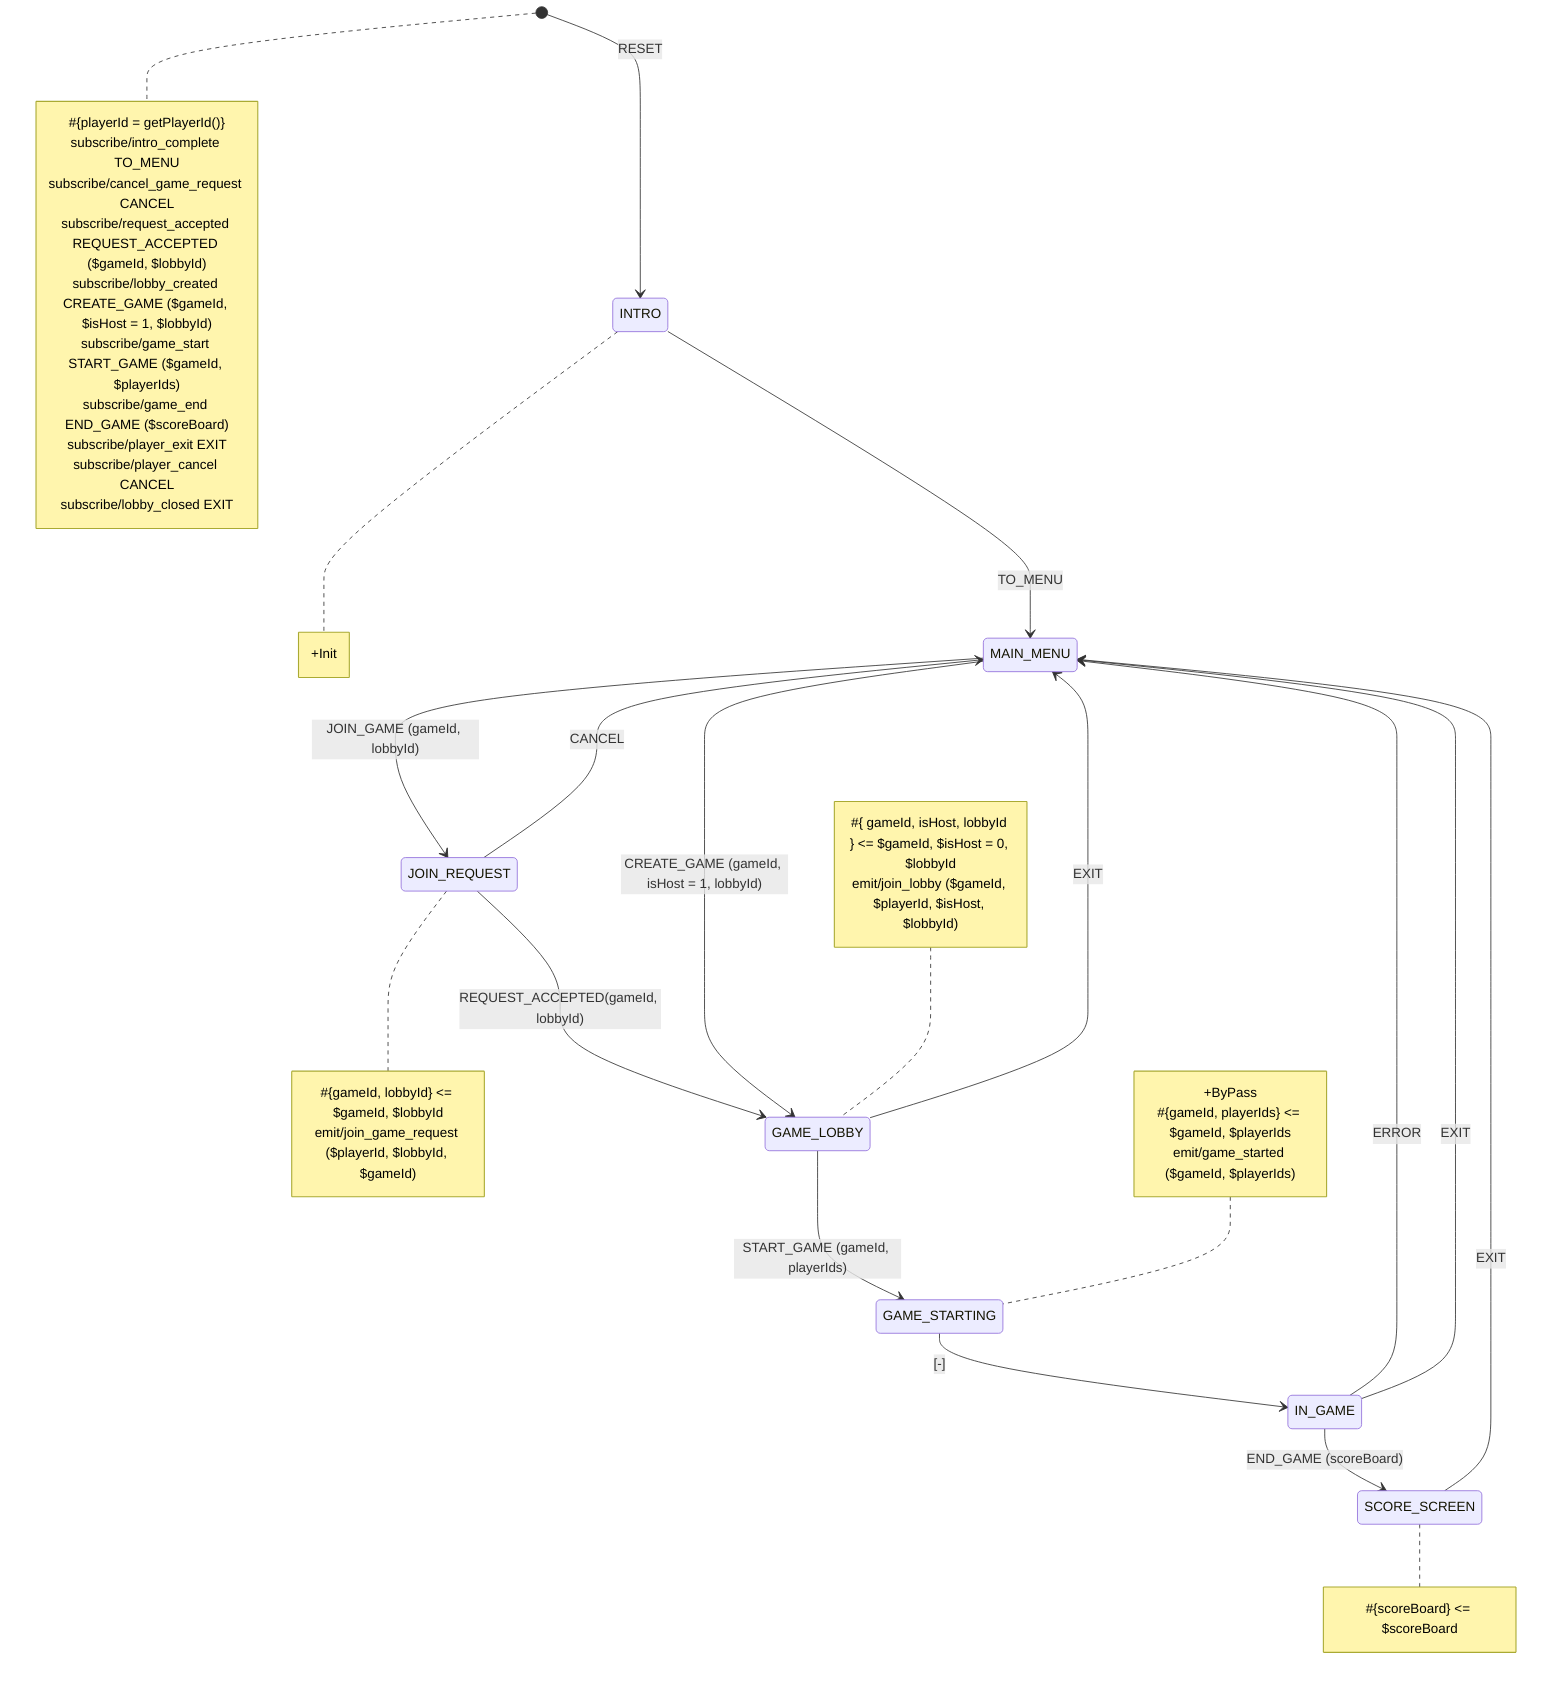
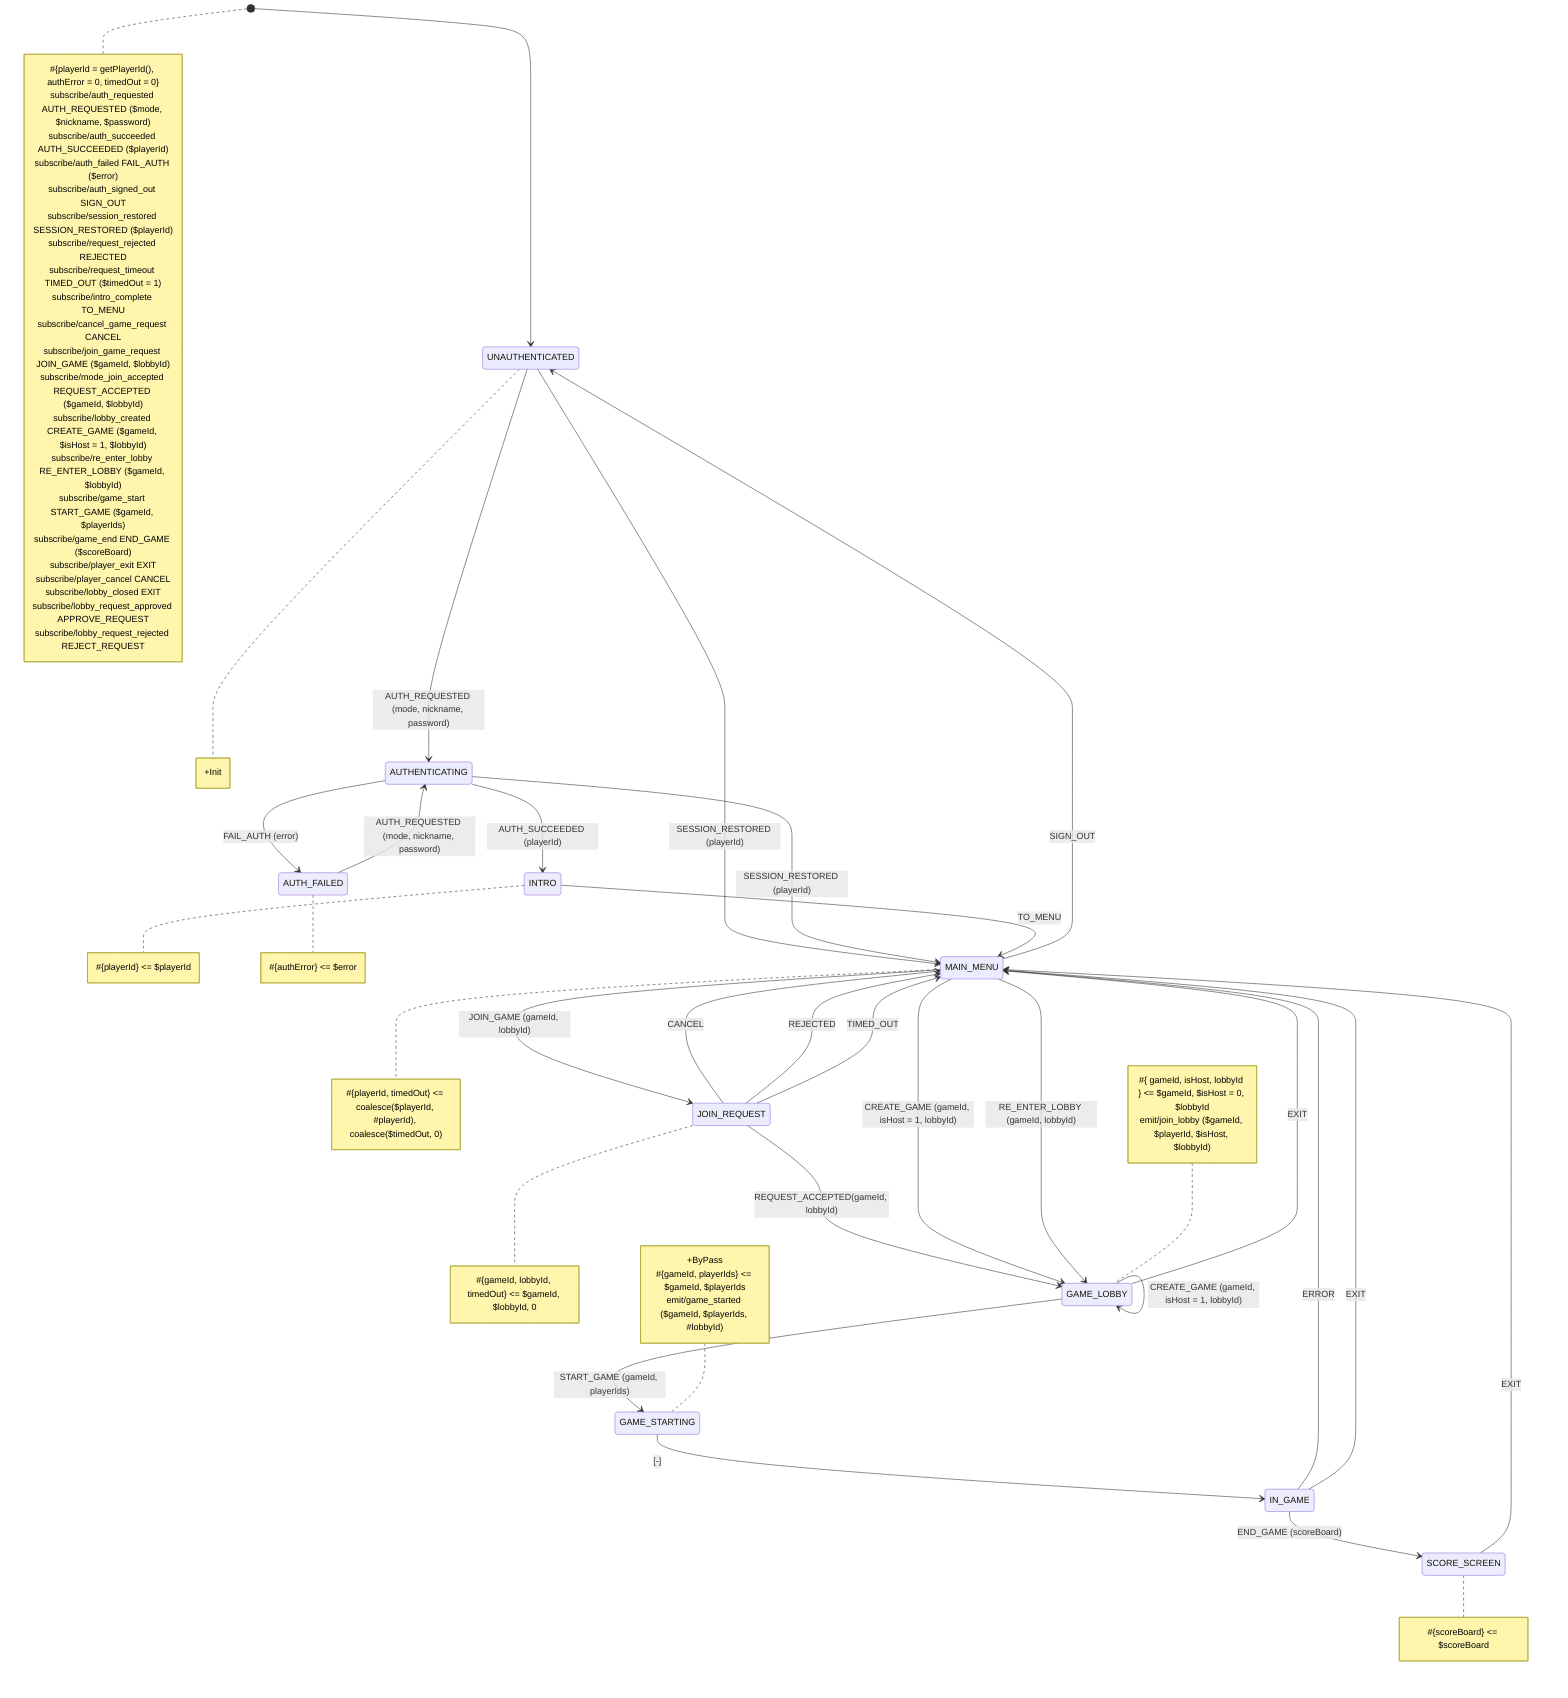
stateDiagram-v2
-     [*] --> INTRO: RESET
+     [*] --> UNAUTHENTICATED
+     UNAUTHENTICATED --> AUTHENTICATING: AUTH_REQUESTED (mode, nickname, password)
+     AUTH_FAILED --> AUTHENTICATING: AUTH_REQUESTED (mode, nickname, password)
+     AUTHENTICATING --> INTRO: AUTH_SUCCEEDED (playerId)
+     AUTHENTICATING --> AUTH_FAILED: FAIL_AUTH (error)
+     UNAUTHENTICATED --> MAIN_MENU: SESSION_RESTORED (playerId)
+     AUTHENTICATING --> MAIN_MENU: SESSION_RESTORED (playerId)
    INTRO --> MAIN_MENU: TO_MENU
+     MAIN_MENU --> UNAUTHENTICATED: SIGN_OUT
    GAME_LOBBY --> MAIN_MENU: EXIT
    MAIN_MENU --> JOIN_REQUEST: JOIN_GAME (gameId, lobbyId)
    JOIN_REQUEST --> MAIN_MENU: CANCEL
+     JOIN_REQUEST --> MAIN_MENU: REJECTED
+     JOIN_REQUEST --> MAIN_MENU: TIMED_OUT
    JOIN_REQUEST --> GAME_LOBBY: REQUEST_ACCEPTED(gameId, lobbyId)
    MAIN_MENU --> GAME_LOBBY: CREATE_GAME (gameId, isHost = 1, lobbyId)
+     MAIN_MENU --> GAME_LOBBY: RE_ENTER_LOBBY (gameId, lobbyId)
    GAME_LOBBY --> GAME_STARTING: START_GAME (gameId, playerIds)
+     GAME_LOBBY --> GAME_LOBBY: APPROVE_REQUEST
+     GAME_LOBBY --> GAME_LOBBY: REJECT_REQUEST
+     GAME_LOBBY --> GAME_LOBBY: CREATE_GAME (gameId, isHost = 1, lobbyId)
    GAME_STARTING --> IN_GAME: [-]
    IN_GAME --> SCORE_SCREEN: END_GAME (scoreBoard)
    IN_GAME --> MAIN_MENU: ERROR
    IN_GAME --> MAIN_MENU: EXIT
    SCORE_SCREEN --> MAIN_MENU: EXIT

+ note right of UNAUTHENTICATED
+ +Init
+ end note
+ 
note right of [*]
- #{playerId = getPlayerId()}
+ #{playerId = getPlayerId(), authError = 0, timedOut = 0}
+ subscribe/auth_requested AUTH_REQUESTED ($mode, $nickname, $password)
+ subscribe/auth_succeeded AUTH_SUCCEEDED ($playerId)
+ subscribe/auth_failed FAIL_AUTH ($error)
+ subscribe/auth_signed_out SIGN_OUT
+ subscribe/session_restored SESSION_RESTORED ($playerId)
+ subscribe/request_rejected REJECTED
+ subscribe/request_timeout TIMED_OUT ($timedOut = 1)
subscribe/intro_complete TO_MENU
subscribe/cancel_game_request CANCEL
- subscribe/request_accepted REQUEST_ACCEPTED ($gameId, $lobbyId)
+ subscribe/join_game_request JOIN_GAME ($gameId, $lobbyId)
+ subscribe/mode_join_accepted REQUEST_ACCEPTED ($gameId, $lobbyId)
subscribe/lobby_created CREATE_GAME ($gameId, $isHost = 1, $lobbyId)
+ subscribe/re_enter_lobby RE_ENTER_LOBBY ($gameId, $lobbyId)
subscribe/game_start START_GAME ($gameId, $playerIds)
subscribe/game_end END_GAME ($scoreBoard)
subscribe/player_exit EXIT
subscribe/player_cancel CANCEL
subscribe/lobby_closed EXIT
+ subscribe/lobby_request_approved APPROVE_REQUEST
+ subscribe/lobby_request_rejected REJECT_REQUEST
end note

note right of INTRO
- +Init
+ #{playerId} <= $playerId
+ end note
+ 
+ note right of AUTH_FAILED
+ #{authError} <= $error
+ end note
+ 
+ note right of MAIN_MENU
+ #{playerId, timedOut} <= coalesce($playerId, #playerId), coalesce($timedOut, 0)
end note

note left of GAME_LOBBY
#{ gameId, isHost, lobbyId } <= $gameId, $isHost = 0, $lobbyId
emit/join_lobby ($gameId, $playerId, $isHost, $lobbyId)
end note

note right of JOIN_REQUEST
- #{gameId, lobbyId} <= $gameId, $lobbyId
- emit/join_game_request ($playerId, $lobbyId, $gameId)
+ #{gameId, lobbyId, timedOut} <= $gameId, $lobbyId, 0
end note

note left of GAME_STARTING
+ByPass
#{gameId, playerIds} <= $gameId, $playerIds
- emit/game_started ($gameId, $playerIds)
+ emit/game_started ($gameId, $playerIds, #lobbyId)
end note
+ 
note right of SCORE_SCREEN
#{scoreBoard} <= $scoreBoard
end note
